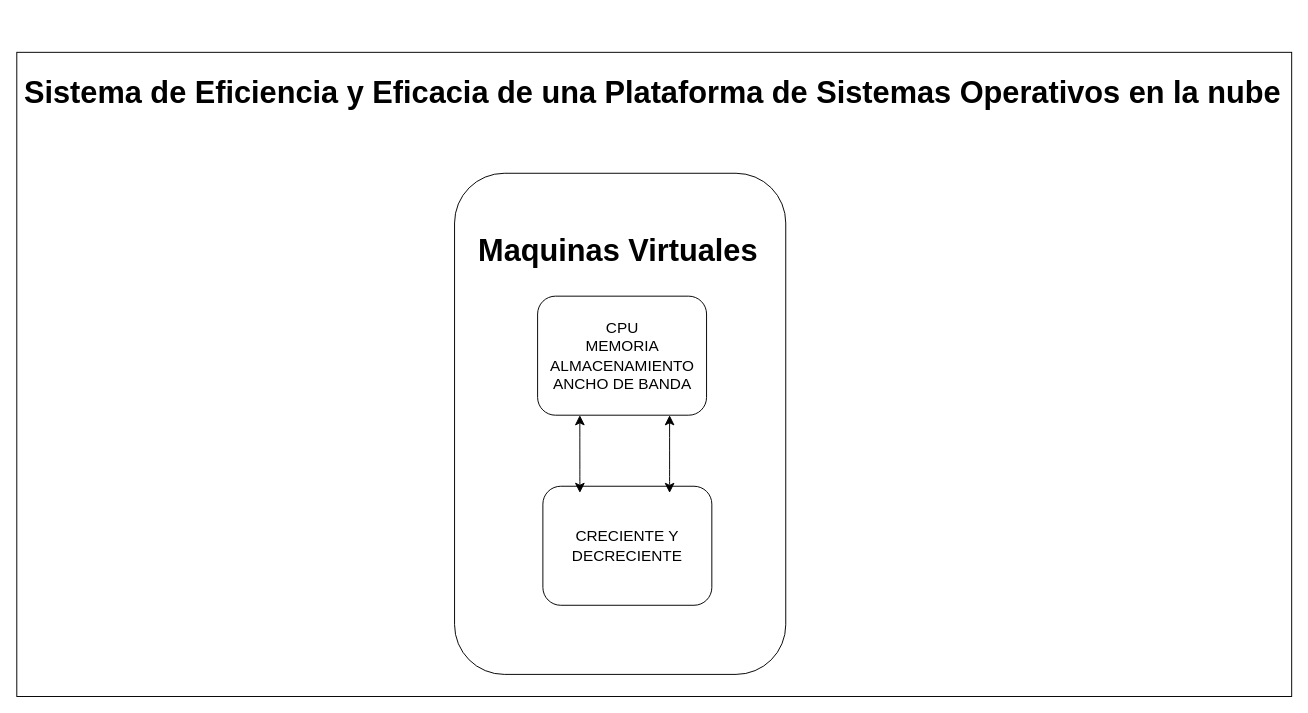
Earlier version of the draw.io diagram page "Página-1" (1 of 2) of SimulacionBasadaEnAgentes.drawio (EstebanGitPro/AdminFinanazas). Source tidied: cells renumbered, new cells numbered last; positions are measured from the earlier drawing's top-left corner, leaving out a move shared by most shapes. Both pictures are drawn from the tidied source at 96%, with x=0, y=0 at pixel (16, 26).
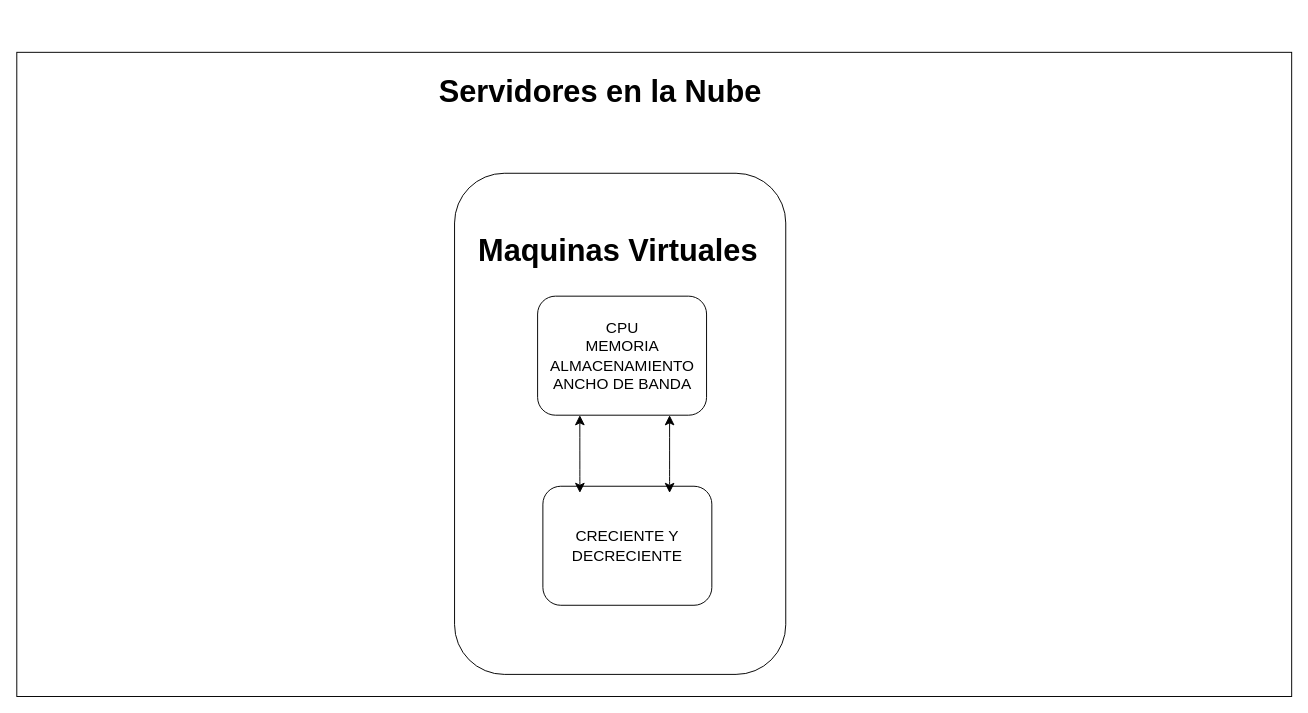
The same diagram, later.

Diff of the diagram source:
```diff
@@
 <mxGraphModel>
   <root>
     <mxCell id="0" />
     <mxCell id="1" parent="0" />
     <mxCell id="2" style="rounded=0;whiteSpace=wrap;html=1;fontSize=16;" parent="1" vertex="1">
       <mxGeometry y="27" width="1328" height="671" as="geometry" />
     </mxCell>
-    <mxCell id="3" value="&lt;h1&gt;&lt;br style=&quot;border-color: var(--border-color); font-size: 16px; font-weight: 400; text-align: center;&quot;&gt;Sistema de Eficiencia y Eficacia de una Plataforma de Sistemas Operativos en la nube&lt;br style=&quot;border-color: var(--border-color); font-size: 16px; font-weight: 400; text-align: center;&quot;&gt;&lt;/h1&gt;" style="text;html=1;strokeColor=none;fillColor=none;spacing=5;spacingTop=-20;whiteSpace=wrap;overflow=hidden;rounded=0;fontSize=16;" parent="1" vertex="1">
-      <mxGeometry x="3" width="1319" height="120" as="geometry" />
+    <mxCell id="3" value="&lt;h1&gt;Servidores en la Nube&lt;/h1&gt;" style="text;html=1;strokeColor=none;fillColor=none;spacing=5;spacingTop=-20;whiteSpace=wrap;overflow=hidden;rounded=0;fontSize=16;" parent="1" vertex="1">
+      <mxGeometry x="434.5" y="38" width="403" height="75" as="geometry" />
     </mxCell>
     <mxCell id="4" style="rounded=1;whiteSpace=wrap;html=1;fontSize=16;" parent="1" vertex="1">
       <mxGeometry x="456" y="153" width="345" height="522" as="geometry" />
     </mxCell>
     <mxCell id="5" value="&lt;h1&gt;Maquinas Virtuales&amp;nbsp;&lt;/h1&gt;" style="text;html=1;strokeColor=none;fillColor=none;spacing=5;spacingTop=-20;whiteSpace=wrap;overflow=hidden;rounded=0;fontSize=16;" parent="1" vertex="1">
       <mxGeometry x="475.5" y="204" width="378" height="81" as="geometry" />
     </mxCell>
     <mxCell id="6" value="CPU&lt;br&gt;MEMORIA&lt;br&gt;ALMACENAMIENTO&lt;br&gt;ANCHO DE BANDA" style="rounded=1;whiteSpace=wrap;html=1;fontSize=16;" parent="1" vertex="1">
       <mxGeometry x="542.5" y="281" width="176" height="124" as="geometry" />
     </mxCell>
     <mxCell id="7" value="CRECIENTE Y DECRECIENTE" style="rounded=1;whiteSpace=wrap;html=1;fontSize=16;" parent="1" vertex="1">
       <mxGeometry x="548" y="479" width="176" height="124" as="geometry" />
     </mxCell>
     <mxCell id="8" style="endArrow=classic;startArrow=classic;html=1;rounded=0;fontSize=12;startSize=8;endSize=8;curved=1;entryX=0.25;entryY=1;entryDx=0;entryDy=0;exitX=0.219;exitY=0.056;exitDx=0;exitDy=0;exitPerimeter=0;" parent="1" edge="1" source="7" target="6">
       <mxGeometry relative="1" as="geometry" />
     </mxCell>
     <mxCell id="9" style="endArrow=classic;startArrow=classic;html=1;rounded=0;fontSize=12;startSize=8;endSize=8;curved=1;entryX=0.25;entryY=1;entryDx=0;entryDy=0;exitX=0.219;exitY=0.056;exitDx=0;exitDy=0;exitPerimeter=0;" parent="1" edge="1">
       <mxGeometry relative="1" as="geometry">
         <mxPoint x="680" y="486" as="sourcePoint" />
         <mxPoint x="680" y="405" as="targetPoint" />
       </mxGeometry>
     </mxCell>
   </root>
 </mxGraphModel>
```
